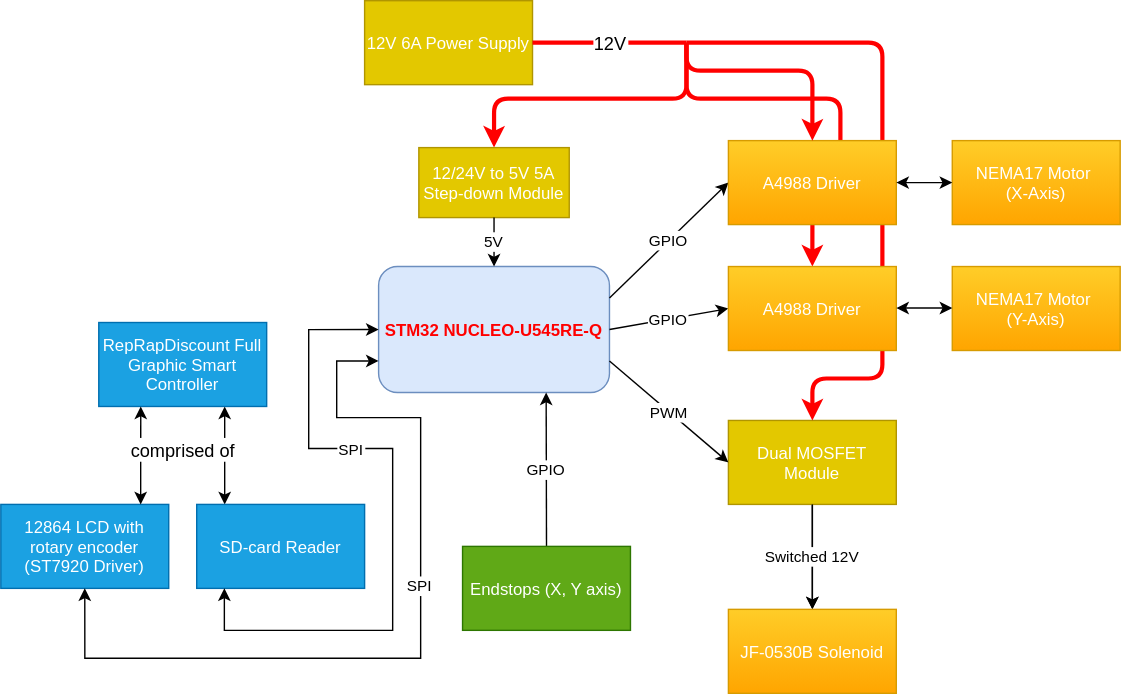
The draw.io diagram website/versioned_docs/version-fils_en/project/2026/elian_daniel.enache/rustyplotterschematic.svg in UPB-PMRust/website, before a commit. Source tidied: cells renumbered, new cells last; positions are measured from the earlier drawing's top-left corner, leaving out a move shared by most shapes.
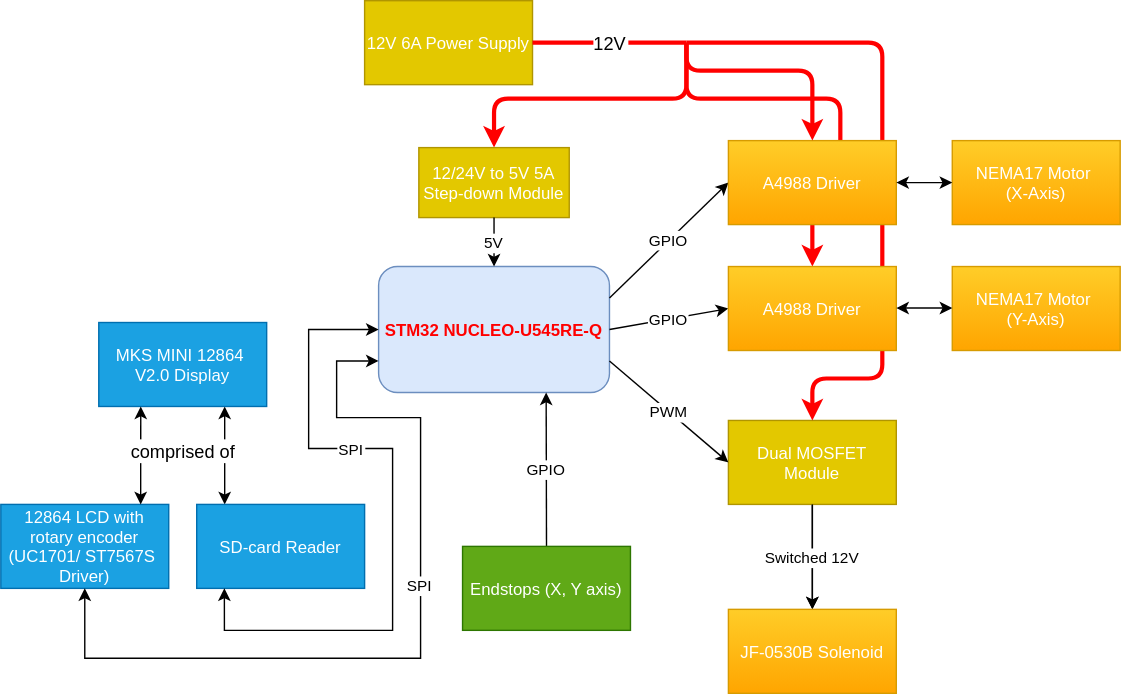
Above is the later version.

Commit message:
added kicad schematic and logs with photos for hardware deadline, changed the display, added more parts

Change to the diagram source:
```diff
@@ -11,7 +11,7 @@
     <mxCell id="3" value="STM32 NUCLEO-U545RE-Q" style="rounded=1;fillColor=#dae8fc;strokeColor=#6c8ebf;fontColor=light-dark(#FF0000,#FF0000);fontStyle=1;" parent="1" vertex="1">
       <mxGeometry x="270" y="190" width="165" height="90" as="geometry" />
     </mxCell>
-    <mxCell id="4" value="RepRapDiscount Full&#10;Graphic Smart&#10;Controller" style="fillColor=#1ba1e2;strokeColor=#006EAF;fontColor=light-dark(#FFFFFF,#FFFFFF);labelBackgroundColor=none;" parent="1" vertex="1">
+    <mxCell id="4" value="MKS MINI 12864 &#10;V2.0 Display" style="fillColor=#1ba1e2;strokeColor=#006EAF;fontColor=light-dark(#FFFFFF,#FFFFFF);labelBackgroundColor=none;" parent="1" vertex="1">
       <mxGeometry x="70" y="230" width="120" height="60" as="geometry" />
     </mxCell>
     <mxCell id="5" style="edgeStyle=orthogonalEdgeStyle;rounded=0;jettySize=auto;" parent="1" edge="1" source="6" target="24">
@@ -58,7 +58,7 @@
         <mxPoint x="389.8" y="280" as="targetPoint" />
       </mxGeometry>
     </mxCell>
-    <mxCell id="14" value="12864 LCD with&#10;rotary encoder&#10;(ST7920 Driver)" style="fillColor=#1ba1e2;strokeColor=#006EAF;fontColor=light-dark(#FFFFFF,#FFFFFF);labelBackgroundColor=none;" parent="1" vertex="1">
+    <mxCell id="14" value="12864 LCD with&#10;rotary encoder&#10;(UC1701/ ST7567S &#10;Driver)" style="fillColor=#1ba1e2;strokeColor=#006EAF;fontColor=light-dark(#FFFFFF,#FFFFFF);labelBackgroundColor=none;" parent="1" vertex="1">
       <mxGeometry y="360" width="120" height="60" as="geometry" />
     </mxCell>
     <mxCell id="15" value="SD-card Reader" style="fillColor=#1ba1e2;strokeColor=#006EAF;fontColor=light-dark(#FFFFFF,#FFFFFF);labelBackgroundColor=none;" parent="1" vertex="1">
```
